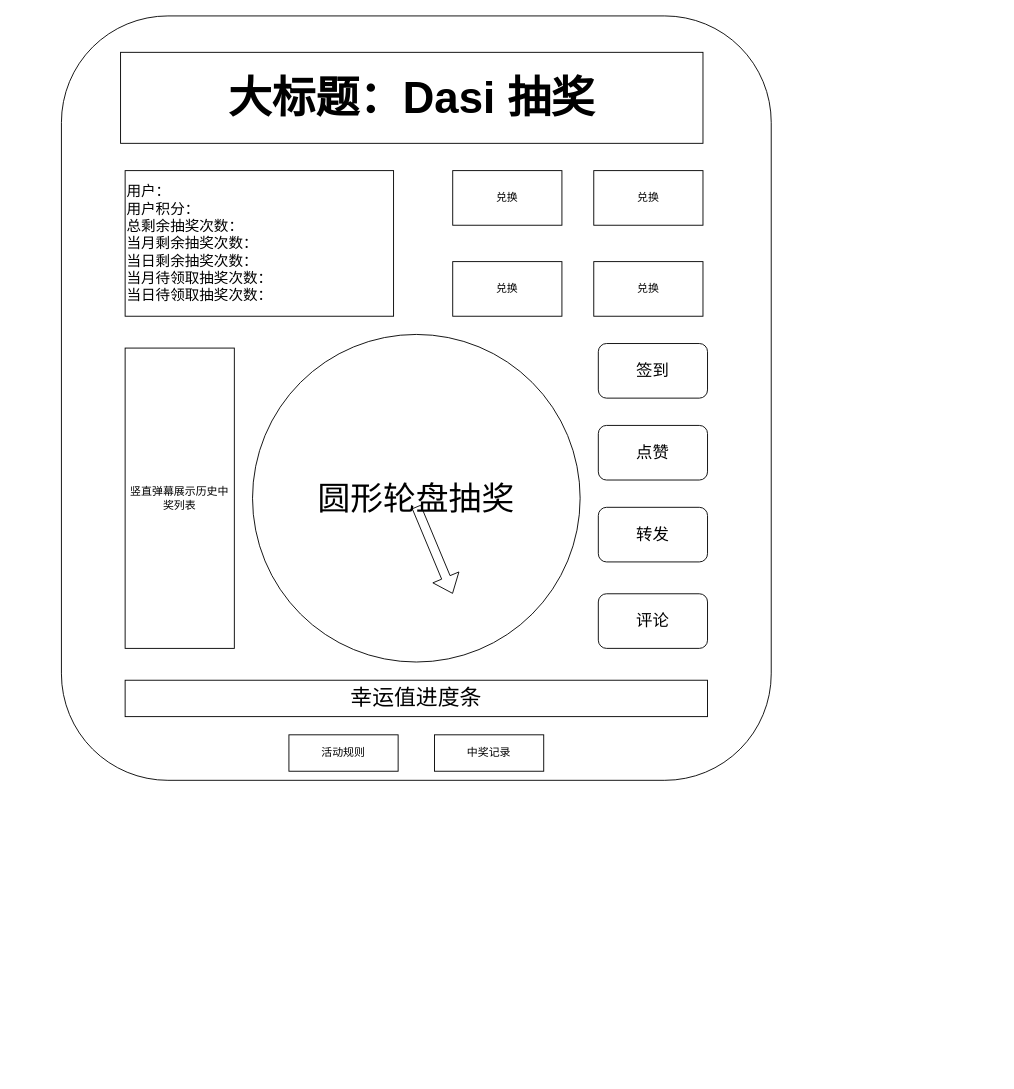
This is docs/dev-ops/drawio/前端界面.drawio from dasi0227/LuckyDraw, a draw.io file, before an edit. Source tidied: cells renumbered, new cells numbered last; positions are measured from the earlier drawing's top-left corner, leaving out a move shared by most shapes. Both pictures are drawn from the tidied source at 91%, with x=0, y=0 at pixel (61, 15).
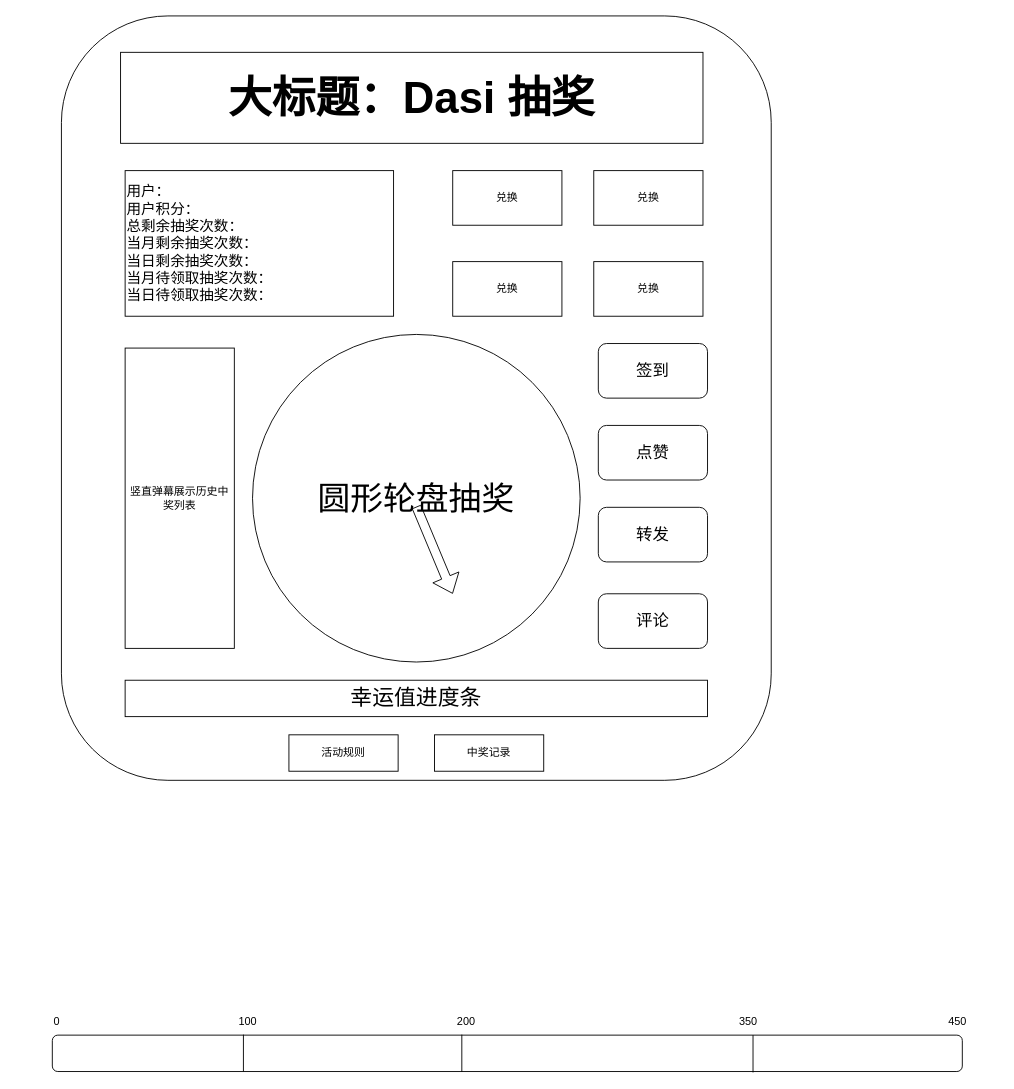
After the change.

What changed in the source:
```diff
@@
+    <mxCell id="19" style="rounded=1;whiteSpace=wrap;html=1;" parent="1" vertex="1">
+      <mxGeometry x="-10" y="1120" width="1000" height="40" as="geometry" />
+    </mxCell>
+    <mxCell id="20" style="endArrow=none;html=1;rounded=0;entryX=0.21;entryY=-0.013;entryDx=0;entryDy=0;entryPerimeter=0;" parent="1" edge="1" target="19">
+      <mxGeometry relative="1" as="geometry">
+        <mxPoint x="200" y="1160" as="sourcePoint" />
+      </mxGeometry>
+    </mxCell>
+    <mxCell id="21" value="100" style="text;html=1;align=center;verticalAlign=middle;whiteSpace=wrap;rounded=0;" parent="1" vertex="1">
+      <mxGeometry x="160" y="1090" width="90" height="30" as="geometry" />
+    </mxCell>
+    <mxCell id="22" style="endArrow=none;html=1;rounded=0;entryX=0.21;entryY=-0.013;entryDx=0;entryDy=0;entryPerimeter=0;" parent="1" edge="1">
+      <mxGeometry relative="1" as="geometry">
+        <mxPoint x="440" y="1160.5" as="sourcePoint" />
+        <mxPoint x="440" y="1119.5" as="targetPoint" />
+      </mxGeometry>
+    </mxCell>
+    <mxCell id="23" value="200" style="text;html=1;align=center;verticalAlign=middle;whiteSpace=wrap;rounded=0;" parent="1" vertex="1">
+      <mxGeometry x="400" y="1090" width="90" height="30" as="geometry" />
+    </mxCell>
+    <mxCell id="24" style="endArrow=none;html=1;rounded=0;entryX=0.21;entryY=-0.013;entryDx=0;entryDy=0;entryPerimeter=0;" parent="1" edge="1">
+      <mxGeometry relative="1" as="geometry">
+        <mxPoint x="760" y="1161" as="sourcePoint" />
+        <mxPoint x="760" y="1120" as="targetPoint" />
+      </mxGeometry>
+    </mxCell>
+    <mxCell id="25" value="350" style="text;html=1;align=center;verticalAlign=middle;whiteSpace=wrap;rounded=0;" parent="1" vertex="1">
+      <mxGeometry x="710" y="1090" width="90" height="30" as="geometry" />
+    </mxCell>
+    <mxCell id="26" value="450" style="text;html=1;align=center;verticalAlign=middle;whiteSpace=wrap;rounded=0;" parent="1" vertex="1">
+      <mxGeometry x="940" y="1090" width="90" height="30" as="geometry" />
+    </mxCell>
+    <mxCell id="27" value="0" style="text;html=1;align=center;verticalAlign=middle;whiteSpace=wrap;rounded=0;" parent="1" vertex="1">
+      <mxGeometry x="-50" y="1090" width="90" height="30" as="geometry" />
+    </mxCell>
```
